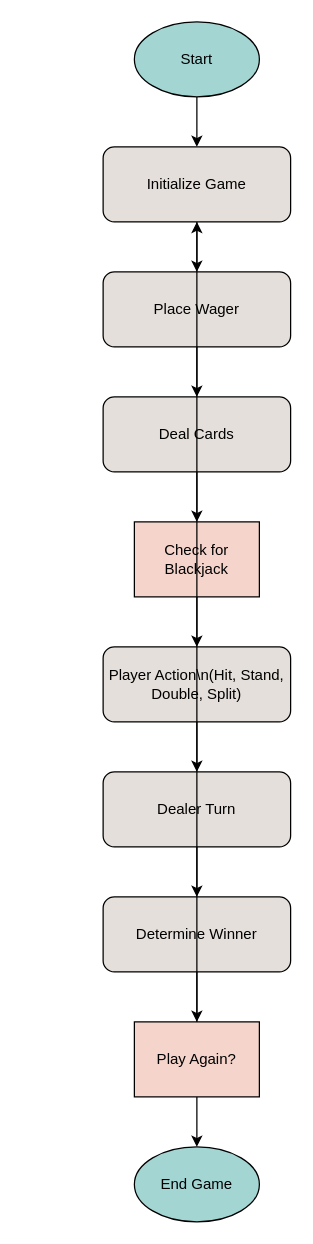
Mikael-Amare/ICS4U-Assignment1 keeps this draw.io diagram as Design/topdown.drawio. Above is the earlier version. Source tidied: cells renumbered, new cells numbered last; positions are measured from the earlier drawing's top-left corner, leaving out a move shared by most shapes. Both pictures are drawn from the tidied source at 125%, with x=0, y=0 at pixel (102, 21).
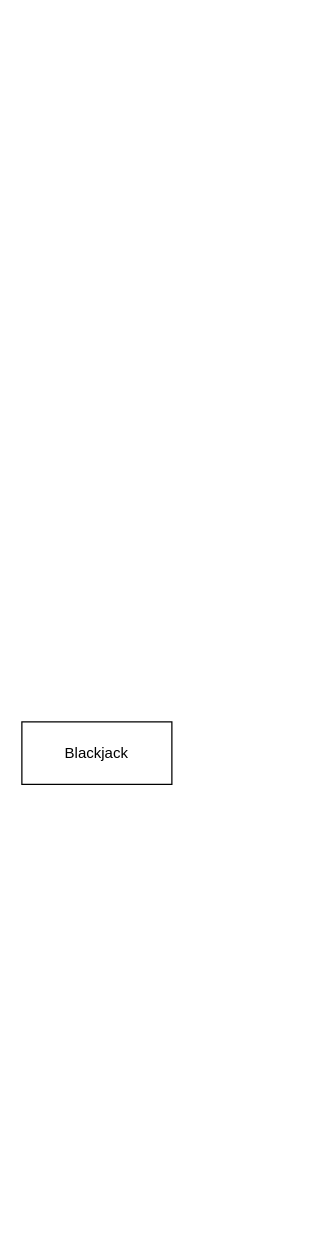
The same page after the edit.

The edit, as a diff of the source:
```diff
@@
-    <mxCell id="2" value="Start" style="shape=ellipse;whiteSpace=wrap;html=1;fillColor=#a3d5d3;" parent="1" vertex="1">
-      <mxGeometry x="25" width="100" height="60" as="geometry" />
-    </mxCell>
-    <mxCell id="3" value="Initialize Game" style="rounded=1;whiteSpace=wrap;html=1;fillColor=#e4dfda;" parent="1" vertex="1">
-      <mxGeometry y="100" width="150" height="60" as="geometry" />
-    </mxCell>
-    <mxCell id="4" value="Place Wager" style="rounded=1;whiteSpace=wrap;html=1;fillColor=#e4dfda;" parent="1" vertex="1">
-      <mxGeometry y="200" width="150" height="60" as="geometry" />
-    </mxCell>
-    <mxCell id="5" value="Deal Cards" style="rounded=1;whiteSpace=wrap;html=1;fillColor=#e4dfda;" parent="1" vertex="1">
-      <mxGeometry y="300" width="150" height="60" as="geometry" />
-    </mxCell>
-    <mxCell id="6" value="Check for Blackjack" style="diamond;whiteSpace=wrap;html=1;fillColor=#f5d5cb;" parent="1" vertex="1">
-      <mxGeometry x="25" y="400" width="100" height="60" as="geometry" />
-    </mxCell>
-    <mxCell id="7" value="Player Action\n(Hit, Stand, Double, Split)" style="rounded=1;whiteSpace=wrap;html=1;fillColor=#e4dfda;" parent="1" vertex="1">
-      <mxGeometry y="500" width="150" height="60" as="geometry" />
-    </mxCell>
-    <mxCell id="8" value="Dealer Turn" style="rounded=1;whiteSpace=wrap;html=1;fillColor=#e4dfda;" parent="1" vertex="1">
-      <mxGeometry y="600" width="150" height="60" as="geometry" />
-    </mxCell>
-    <mxCell id="9" value="Determine Winner" style="rounded=1;whiteSpace=wrap;html=1;fillColor=#e4dfda;" parent="1" vertex="1">
-      <mxGeometry y="700" width="150" height="60" as="geometry" />
-    </mxCell>
-    <mxCell id="10" value="Play Again?" style="diamond;whiteSpace=wrap;html=1;fillColor=#f5d5cb;" parent="1" vertex="1">
-      <mxGeometry x="25" y="800" width="100" height="60" as="geometry" />
-    </mxCell>
-    <mxCell id="11" value="End Game" style="shape=ellipse;whiteSpace=wrap;html=1;fillColor=#a3d5d3;" parent="1" vertex="1">
-      <mxGeometry x="25" y="900" width="100" height="60" as="geometry" />
-    </mxCell>
-    <mxCell id="12" parent="1" edge="1" source="2" target="3">
-      <mxGeometry relative="1" as="geometry" />
-    </mxCell>
-    <mxCell id="13" parent="1" edge="1" source="3" target="4">
-      <mxGeometry relative="1" as="geometry" />
-    </mxCell>
-    <mxCell id="14" parent="1" edge="1" source="4" target="5">
-      <mxGeometry relative="1" as="geometry" />
-    </mxCell>
-    <mxCell id="15" parent="1" edge="1" source="5" target="6">
-      <mxGeometry relative="1" as="geometry" />
-    </mxCell>
-    <mxCell id="16" parent="1" edge="1" source="6" target="7">
-      <mxGeometry relative="1" as="geometry" />
-    </mxCell>
-    <mxCell id="17" parent="1" edge="1" source="7" target="8">
-      <mxGeometry relative="1" as="geometry" />
-    </mxCell>
-    <mxCell id="18" parent="1" edge="1" source="8" target="9">
-      <mxGeometry relative="1" as="geometry" />
-    </mxCell>
-    <mxCell id="19" parent="1" edge="1" source="9" target="10">
-      <mxGeometry relative="1" as="geometry" />
-    </mxCell>
-    <mxCell id="20" parent="1" edge="1" source="10" target="11">
-      <mxGeometry relative="1" as="geometry" />
-    </mxCell>
-    <mxCell id="21" parent="1" edge="1" source="10" target="3">
-      <mxGeometry relative="1" as="geometry" />
-    </mxCell>
+    <mxCell id="22" value="Blackjack" style="diamond;whiteSpace=wrap;html=1;" parent="1" vertex="1">
+      <mxGeometry x="-65" y="560" width="120" height="50" as="geometry" />
+    </mxCell>
```
